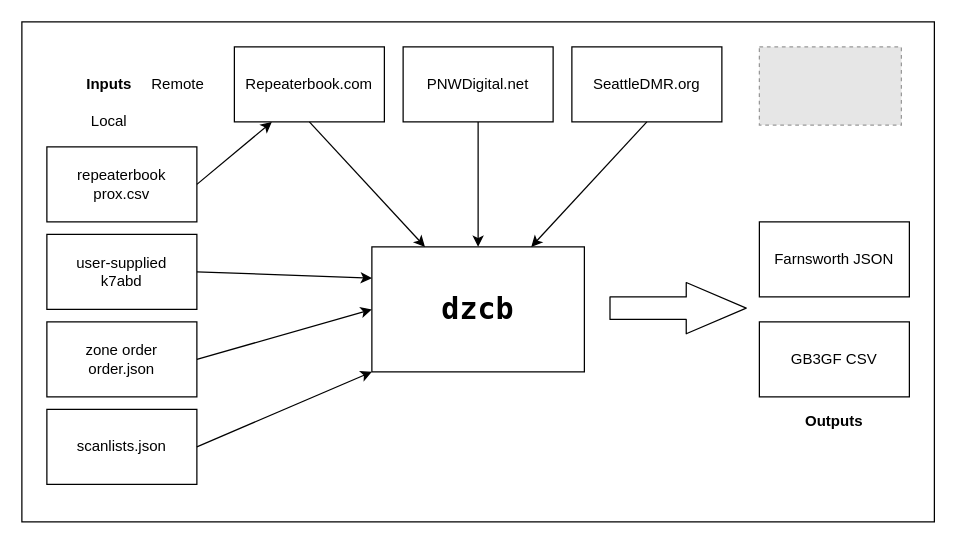
Earlier version of the draw.io diagram doc/dzcb-overview.drawio (mycodeplug/dzcb). Source tidied: cells renumbered, new cells numbered last; positions are measured from the earlier drawing's top-left corner, leaving out a move shared by most shapes. Both pictures are drawn from the tidied source at 125%, with x=0, y=0 at pixel (21, 21). Pictures stored in the file or linked from it are replaced by grey dashed boxes.
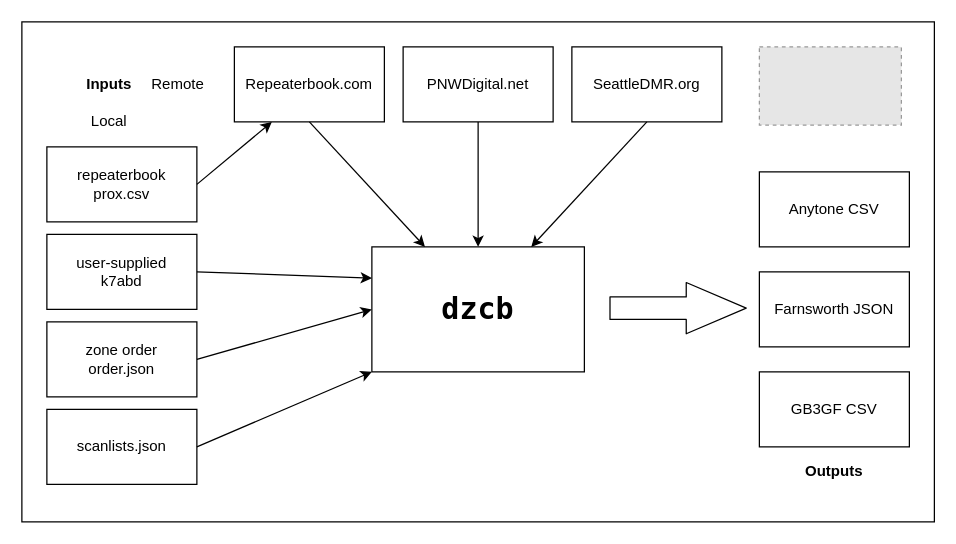
The same diagram, later.

Commit message (it also covers changes not shown here):
dzcb-overview: add anytone CSV to outputs

What changed in the source:
```diff
@@
     <mxCell id="11" value="Farnsworth JSON" style="rounded=0;whiteSpace=wrap;html=1;" parent="1" vertex="1">
-      <mxGeometry x="590" y="160" width="120" height="60" as="geometry" />
+      <mxGeometry x="590" y="200" width="120" height="60" as="geometry" />
     </mxCell>
     <mxCell id="12" value="GB3GF CSV" style="rounded=0;whiteSpace=wrap;html=1;" parent="1" vertex="1">
-      <mxGeometry x="590" y="240" width="120" height="60" as="geometry" />
+      <mxGeometry x="590" y="280" width="120" height="60" as="geometry" />
     </mxCell>
@@
     <mxCell id="16" value="Outputs" style="text;html=1;strokeColor=none;fillColor=none;align=center;verticalAlign=middle;whiteSpace=wrap;rounded=0;fontStyle=1;" parent="1" vertex="1">
-      <mxGeometry x="630" y="310" width="40" height="20" as="geometry" />
+      <mxGeometry x="630" y="350" width="40" height="20" as="geometry" />
     </mxCell>
@@
+    <mxCell id="26" value="Anytone CSV" style="rounded=0;whiteSpace=wrap;html=1;" parent="1" vertex="1">
+      <mxGeometry x="590" y="120" width="120" height="60" as="geometry" />
+    </mxCell>
```
